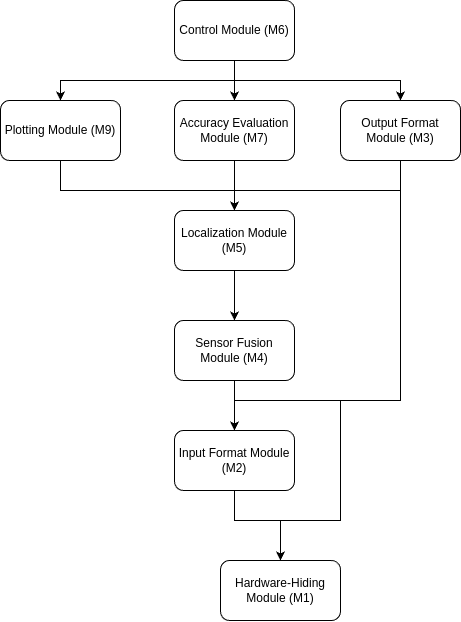
This is docs/Design/SoftArchitecture/UsesHierarchy.png from AliyahJimoh/2D-Localizer, a draw.io export, as it was before one commit. Source tidied: cells renumbered, new cells last; positions are measured from the earlier drawing's top-left corner, leaving out a move shared by most shapes. Its diagram source:
```xml
<mxGraphModel background="#ffffff">
  <root>
    <mxCell id="0" />
    <mxCell id="1" parent="0" />
    <mxCell id="2" style="edgeStyle=orthogonalEdgeStyle;rounded=0;jettySize=auto;html=1;" parent="1" edge="1" source="5" target="20">
      <mxGeometry relative="1" as="geometry" />
    </mxCell>
    <mxCell id="3" style="edgeStyle=orthogonalEdgeStyle;rounded=0;jettySize=auto;html=1;entryX=0.5;entryY=0;entryDx=0;entryDy=0;" parent="1" edge="1" source="5" target="11">
      <mxGeometry relative="1" as="geometry">
        <Array as="points">
          <mxPoint x="234" y="80" />
          <mxPoint x="400" y="80" />
        </Array>
      </mxGeometry>
    </mxCell>
    <mxCell id="4" style="edgeStyle=orthogonalEdgeStyle;rounded=0;jettySize=auto;html=1;entryX=0.5;entryY=0;entryDx=0;entryDy=0;" parent="1" edge="1" source="5" target="15">
      <mxGeometry relative="1" as="geometry">
        <Array as="points">
          <mxPoint x="234" y="80" />
          <mxPoint x="60" y="80" />
        </Array>
      </mxGeometry>
    </mxCell>
    <mxCell id="5" value="Control Module (M6)" style="rounded=1;whiteSpace=wrap;html=1;" parent="1" vertex="1">
      <mxGeometry x="174" width="120" height="60" as="geometry" />
    </mxCell>
    <mxCell id="6" style="edgeStyle=orthogonalEdgeStyle;rounded=0;jettySize=auto;html=1;" parent="1" edge="1" source="7" target="13">
      <mxGeometry relative="1" as="geometry" />
    </mxCell>
    <mxCell id="7" value="Sensor Fusion Module (M4)" style="rounded=1;whiteSpace=wrap;html=1;" parent="1" vertex="1">
      <mxGeometry x="174" y="320" width="120" height="60" as="geometry" />
    </mxCell>
    <mxCell id="8" style="edgeStyle=orthogonalEdgeStyle;rounded=0;jettySize=auto;html=1;entryX=0.5;entryY=0;entryDx=0;entryDy=0;" parent="1" edge="1" source="11" target="13">
      <mxGeometry relative="1" as="geometry">
        <Array as="points">
          <mxPoint x="400" y="400" />
          <mxPoint x="234" y="400" />
        </Array>
      </mxGeometry>
    </mxCell>
    <mxCell id="9" style="edgeStyle=orthogonalEdgeStyle;rounded=0;jettySize=auto;html=1;entryX=0.5;entryY=0;entryDx=0;entryDy=0;" parent="1" edge="1" source="11" target="18">
      <mxGeometry relative="1" as="geometry">
        <Array as="points">
          <mxPoint x="400" y="400" />
          <mxPoint x="340" y="400" />
          <mxPoint x="340" y="520" />
          <mxPoint x="280" y="520" />
        </Array>
      </mxGeometry>
    </mxCell>
    <mxCell id="10" style="edgeStyle=orthogonalEdgeStyle;rounded=0;jettySize=auto;html=1;entryX=0.5;entryY=0;entryDx=0;entryDy=0;" parent="1" edge="1" source="11" target="17">
      <mxGeometry relative="1" as="geometry">
        <Array as="points">
          <mxPoint x="400" y="190" />
          <mxPoint x="234" y="190" />
        </Array>
      </mxGeometry>
    </mxCell>
    <mxCell id="11" value="Output Format Module (M3)" style="rounded=1;whiteSpace=wrap;html=1;" parent="1" vertex="1">
      <mxGeometry x="340" y="100" width="120" height="60" as="geometry" />
    </mxCell>
    <mxCell id="12" style="edgeStyle=orthogonalEdgeStyle;rounded=0;jettySize=auto;html=1;entryX=0.5;entryY=0;entryDx=0;entryDy=0;" parent="1" edge="1" source="13" target="18">
      <mxGeometry relative="1" as="geometry">
        <Array as="points">
          <mxPoint x="234" y="520" />
          <mxPoint x="280" y="520" />
        </Array>
      </mxGeometry>
    </mxCell>
    <mxCell id="13" value="Input Format Module (M2)" style="rounded=1;whiteSpace=wrap;html=1;" parent="1" vertex="1">
      <mxGeometry x="174" y="430" width="120" height="60" as="geometry" />
    </mxCell>
    <mxCell id="14" style="edgeStyle=orthogonalEdgeStyle;rounded=0;jettySize=auto;html=1;entryX=0.5;entryY=0;entryDx=0;entryDy=0;" parent="1" edge="1" source="15" target="17">
      <mxGeometry relative="1" as="geometry">
        <Array as="points">
          <mxPoint x="60" y="190" />
          <mxPoint x="234" y="190" />
        </Array>
      </mxGeometry>
    </mxCell>
    <mxCell id="15" value="Plotting Module (M9)" style="rounded=1;whiteSpace=wrap;html=1;" parent="1" vertex="1">
      <mxGeometry y="100" width="120" height="60" as="geometry" />
    </mxCell>
    <mxCell id="16" style="edgeStyle=orthogonalEdgeStyle;rounded=0;jettySize=auto;html=1;" parent="1" edge="1" source="17" target="7">
      <mxGeometry relative="1" as="geometry" />
    </mxCell>
    <mxCell id="17" value="Localization Module (M5)" style="rounded=1;whiteSpace=wrap;html=1;" parent="1" vertex="1">
      <mxGeometry x="174" y="210" width="120" height="60" as="geometry" />
    </mxCell>
    <mxCell id="18" value="Hardware-Hiding Module (M1)" style="rounded=1;whiteSpace=wrap;html=1;" parent="1" vertex="1">
      <mxGeometry x="220" y="560" width="120" height="60" as="geometry" />
    </mxCell>
    <mxCell id="19" style="edgeStyle=orthogonalEdgeStyle;rounded=0;jettySize=auto;html=1;" parent="1" edge="1" source="20" target="17">
      <mxGeometry relative="1" as="geometry" />
    </mxCell>
    <mxCell id="20" value="Accuracy Evaluation Module (M7)" style="rounded=1;whiteSpace=wrap;html=1;" parent="1" vertex="1">
      <mxGeometry x="174" y="100" width="120" height="60" as="geometry" />
    </mxCell>
  </root>
</mxGraphModel>
```
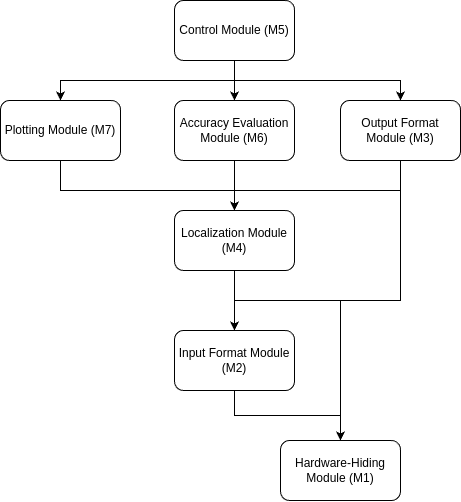
Above is the later version.

The edit, as a diff of the source:
```diff
@@ -21,33 +21,17 @@
         </Array>
       </mxGeometry>
     </mxCell>
-    <mxCell id="5" value="Control Module (M6)" style="rounded=1;whiteSpace=wrap;html=1;" parent="1" vertex="1">
+    <mxCell id="5" value="Control Module (M5)" style="rounded=1;whiteSpace=wrap;html=1;" parent="1" vertex="1">
       <mxGeometry x="174" width="120" height="60" as="geometry" />
     </mxCell>
-    <mxCell id="6" style="edgeStyle=orthogonalEdgeStyle;rounded=0;jettySize=auto;html=1;" parent="1" edge="1" source="7" target="13">
-      <mxGeometry relative="1" as="geometry" />
-    </mxCell>
-    <mxCell id="7" value="Sensor Fusion Module (M4)" style="rounded=1;whiteSpace=wrap;html=1;" parent="1" vertex="1">
-      <mxGeometry x="174" y="320" width="120" height="60" as="geometry" />
-    </mxCell>
     <mxCell id="8" style="edgeStyle=orthogonalEdgeStyle;rounded=0;jettySize=auto;html=1;entryX=0.5;entryY=0;entryDx=0;entryDy=0;" parent="1" edge="1" source="11" target="13">
       <mxGeometry relative="1" as="geometry">
         <Array as="points">
-          <mxPoint x="400" y="400" />
-          <mxPoint x="234" y="400" />
+          <mxPoint x="400" y="300" />
+          <mxPoint x="234" y="300" />
         </Array>
       </mxGeometry>
     </mxCell>
-    <mxCell id="9" style="edgeStyle=orthogonalEdgeStyle;rounded=0;jettySize=auto;html=1;entryX=0.5;entryY=0;entryDx=0;entryDy=0;" parent="1" edge="1" source="11" target="18">
-      <mxGeometry relative="1" as="geometry">
-        <Array as="points">
-          <mxPoint x="400" y="400" />
-          <mxPoint x="340" y="400" />
-          <mxPoint x="340" y="520" />
-          <mxPoint x="280" y="520" />
-        </Array>
-      </mxGeometry>
-    </mxCell>
     <mxCell id="10" style="edgeStyle=orthogonalEdgeStyle;rounded=0;jettySize=auto;html=1;entryX=0.5;entryY=0;entryDx=0;entryDy=0;" parent="1" edge="1" source="11" target="17">
       <mxGeometry relative="1" as="geometry">
         <Array as="points">
@@ -56,19 +40,20 @@
         </Array>
       </mxGeometry>
     </mxCell>
+    <mxCell id="21" style="edgeStyle=orthogonalEdgeStyle;rounded=0;jettySize=auto;html=1;" parent="1" edge="1" source="11">
+      <mxGeometry relative="1" as="geometry">
+        <mxPoint x="340" y="440" as="targetPoint" />
+        <Array as="points">
+          <mxPoint x="400" y="300" />
+          <mxPoint x="340" y="300" />
+        </Array>
+      </mxGeometry>
+    </mxCell>
     <mxCell id="11" value="Output Format Module (M3)" style="rounded=1;whiteSpace=wrap;html=1;" parent="1" vertex="1">
       <mxGeometry x="340" y="100" width="120" height="60" as="geometry" />
     </mxCell>
-    <mxCell id="12" style="edgeStyle=orthogonalEdgeStyle;rounded=0;jettySize=auto;html=1;entryX=0.5;entryY=0;entryDx=0;entryDy=0;" parent="1" edge="1" source="13" target="18">
-      <mxGeometry relative="1" as="geometry">
-        <Array as="points">
-          <mxPoint x="234" y="520" />
-          <mxPoint x="280" y="520" />
-        </Array>
-      </mxGeometry>
-    </mxCell>
     <mxCell id="13" value="Input Format Module (M2)" style="rounded=1;whiteSpace=wrap;html=1;" parent="1" vertex="1">
-      <mxGeometry x="174" y="430" width="120" height="60" as="geometry" />
+      <mxGeometry x="174" y="330" width="120" height="60" as="geometry" />
     </mxCell>
     <mxCell id="14" style="edgeStyle=orthogonalEdgeStyle;rounded=0;jettySize=auto;html=1;entryX=0.5;entryY=0;entryDx=0;entryDy=0;" parent="1" edge="1" source="15" target="17">
       <mxGeometry relative="1" as="geometry">
@@ -78,23 +63,26 @@
         </Array>
       </mxGeometry>
     </mxCell>
-    <mxCell id="15" value="Plotting Module (M9)" style="rounded=1;whiteSpace=wrap;html=1;" parent="1" vertex="1">
+    <mxCell id="15" value="Plotting Module (M7)" style="rounded=1;whiteSpace=wrap;html=1;" parent="1" vertex="1">
       <mxGeometry y="100" width="120" height="60" as="geometry" />
     </mxCell>
-    <mxCell id="16" style="edgeStyle=orthogonalEdgeStyle;rounded=0;jettySize=auto;html=1;" parent="1" edge="1" source="17" target="7">
-      <mxGeometry relative="1" as="geometry" />
-    </mxCell>
+    <mxCell id="22" style="edgeStyle=orthogonalEdgeStyle;rounded=0;jettySize=auto;html=1;" parent="1" edge="1" source="17" target="13">
+      <mxGeometry relative="1" as="geometry" />
+    </mxCell>
-    <mxCell id="17" value="Localization Module (M5)" style="rounded=1;whiteSpace=wrap;html=1;" parent="1" vertex="1">
+    <mxCell id="17" value="Localization Module (M4)" style="rounded=1;whiteSpace=wrap;html=1;" parent="1" vertex="1">
       <mxGeometry x="174" y="210" width="120" height="60" as="geometry" />
     </mxCell>
     <mxCell id="18" value="Hardware-Hiding Module (M1)" style="rounded=1;whiteSpace=wrap;html=1;" parent="1" vertex="1">
-      <mxGeometry x="220" y="560" width="120" height="60" as="geometry" />
+      <mxGeometry x="280" y="440" width="120" height="60" as="geometry" />
     </mxCell>
     <mxCell id="19" style="edgeStyle=orthogonalEdgeStyle;rounded=0;jettySize=auto;html=1;" parent="1" edge="1" source="20" target="17">
       <mxGeometry relative="1" as="geometry" />
     </mxCell>
-    <mxCell id="20" value="Accuracy Evaluation Module (M7)" style="rounded=1;whiteSpace=wrap;html=1;" parent="1" vertex="1">
+    <mxCell id="20" value="Accuracy Evaluation Module (M6)" style="rounded=1;whiteSpace=wrap;html=1;" parent="1" vertex="1">
       <mxGeometry x="174" y="100" width="120" height="60" as="geometry" />
     </mxCell>
+    <mxCell id="12" style="edgeStyle=orthogonalEdgeStyle;rounded=0;jettySize=auto;html=1;entryX=0.5;entryY=0;entryDx=0;entryDy=0;" parent="1" edge="1" source="13" target="18">
+      <mxGeometry relative="1" as="geometry" />
+    </mxCell>
   </root>
 </mxGraphModel>
```
